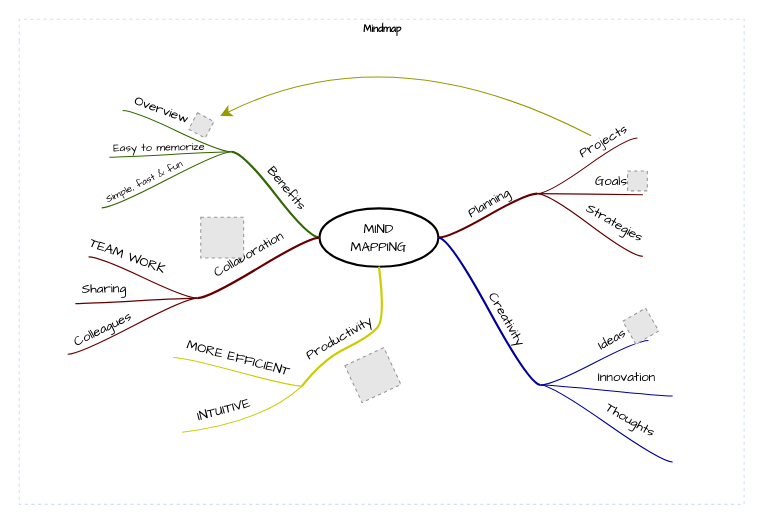
The draw.io diagram philo_diagram.drawio in dotacow/Diagrams, before the edit. Source tidied: cells renumbered, new cells numbered last; positions are measured from the earlier drawing's top-left corner, leaving out a move shared by most shapes. Both pictures are drawn from the tidied source at 110%, with x=0, y=0 at pixel (19, 19). Pictures stored in the file or linked from it are replaced by grey dashed boxes.
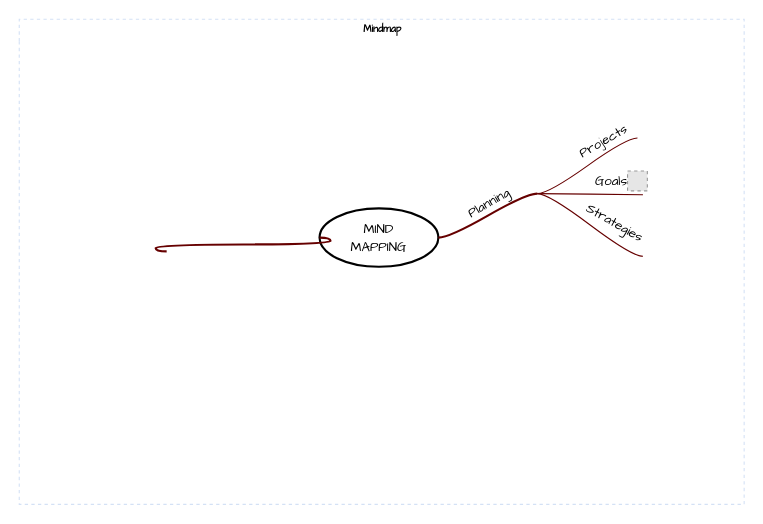
Above is the later version.

The change refers to these unchanged cells:
```xml
<mxCell id="2" value="Mindmap" style="swimlane;html=1;startSize=20;horizontal=1;containerType=tree;labelBackgroundColor=none;strokeColor=#D4E1F5;strokeWidth=1;fillColor=none;fontFamily=Comic Sans MS;fontSize=9;swimlaneLine=0;dashed=1;" parent="1" vertex="1">
  <mxGeometry width="659" height="441" as="geometry" />
</mxCell>
<mxCell id="3" value="&lt;font face=&quot;Comic Sans MS&quot;&gt;MIND&lt;br&gt;MAPPING&lt;/font&gt;" style="ellipse;whiteSpace=wrap;html=1;align=center;strokeWidth=2;" parent="2" vertex="1">
  <mxGeometry x="273" y="172" width="108" height="53" as="geometry" />
</mxCell>
<mxCell id="9" value="Projects" style="text;html=1;points=[];align=center;verticalAlign=middle;labelBackgroundColor=none;fontFamily=Comic Sans MS;rotation=-30;" parent="8" vertex="1">
  <mxGeometry x="0.26" relative="1" as="geometry">
    <mxPoint x="3" y="-14" as="offset" />
  </mxGeometry>
</mxCell>
```

Diff of the diagram source:
```diff
@@
-    <mxCell id="16" style="whiteSpace=wrap;html=1;rounded=1;arcSize=50;align=center;verticalAlign=middle;strokeWidth=1;spacing=4;" parent="2" vertex="1">
-      <mxGeometry x="474" y="332" height="1" as="geometry" />
-    </mxCell>
-    <mxCell id="17" style="edgeStyle=entityRelationEdgeStyle;startArrow=none;endArrow=none;segment=10;curved=1;strokeWidth=2;strokeColor=#000099;rounded=0;fontSize=12;startSize=8;endSize=8;" parent="2" edge="1" source="3" target="16">
-      <mxGeometry relative="1" as="geometry" />
-    </mxCell>
-    <mxCell id="18" value="Creativity" style="text;html=1;align=center;verticalAlign=middle;labelBackgroundColor=none;rotation=60;fontFamily=Comic Sans MS;" parent="17" vertex="1">
-      <mxGeometry x="0.02" y="2" relative="1" as="geometry">
-        <mxPoint x="13" y="6" as="offset" />
-      </mxGeometry>
-    </mxCell>
-    <mxCell id="19" style="whiteSpace=wrap;html=1;rounded=1;arcSize=50;align=center;verticalAlign=middle;strokeWidth=1;spacing=4;" parent="2" vertex="1">
-      <mxGeometry x="572" y="292" width="5" as="geometry" />
-    </mxCell>
-    <mxCell id="20" style="edgeStyle=entityRelationEdgeStyle;startArrow=none;endArrow=none;segment=10;curved=1;strokeColor=#000099;rounded=0;fontSize=12;startSize=8;endSize=8;" parent="2" edge="1" source="16" target="19">
-      <mxGeometry relative="1" as="geometry" />
-    </mxCell>
-    <mxCell id="21" value="Ideas" style="text;html=1;align=center;verticalAlign=middle;labelBackgroundColor=none;fontFamily=Comic Sans MS;rotation=-30;" parent="20" vertex="1">
-      <mxGeometry x="0.26" relative="1" as="geometry">
-        <mxPoint x="3" y="-14" as="offset" />
-      </mxGeometry>
-    </mxCell>
-    <mxCell id="22" style="whiteSpace=wrap;html=1;rounded=1;arcSize=50;align=center;verticalAlign=middle;strokeWidth=1;spacing=4;" parent="2" vertex="1">
-      <mxGeometry x="594" y="342" height="1" as="geometry" />
-    </mxCell>
-    <mxCell id="23" style="edgeStyle=entityRelationEdgeStyle;startArrow=none;endArrow=none;segment=10;curved=1;strokeColor=#000099;rounded=0;fontSize=12;startSize=8;endSize=8;" parent="2" edge="1" source="16" target="22">
-      <mxGeometry relative="1" as="geometry" />
-    </mxCell>
-    <mxCell id="24" value="Innovation" style="text;html=1;align=center;verticalAlign=middle;labelBackgroundColor=none;fontFamily=Comic Sans MS;rotation=0;" parent="23" vertex="1">
-      <mxGeometry x="-0.11" y="-1" relative="1" as="geometry">
-        <mxPoint x="24" y="-12" as="offset" />
-      </mxGeometry>
-    </mxCell>
-    <mxCell id="25" style="whiteSpace=wrap;html=1;rounded=1;arcSize=50;align=center;verticalAlign=middle;strokeWidth=1;spacing=4;" parent="2" vertex="1">
-      <mxGeometry x="594" y="402" height="1" as="geometry" />
-    </mxCell>
-    <mxCell id="26" style="edgeStyle=entityRelationEdgeStyle;startArrow=none;endArrow=none;segment=10;curved=1;strokeColor=#000099;rounded=0;fontSize=12;startSize=8;endSize=8;" parent="2" edge="1" source="16" target="25">
-      <mxGeometry relative="1" as="geometry" />
-    </mxCell>
-    <mxCell id="27" value="Thoughts" style="text;html=1;align=center;verticalAlign=middle;labelBackgroundColor=none;fontFamily=Comic Sans MS;rotation=30;" parent="26" vertex="1">
-      <mxGeometry x="-0.11" y="-1" relative="1" as="geometry">
-        <mxPoint x="28" y="1" as="offset" />
-      </mxGeometry>
-    </mxCell>
-    <mxCell id="28" style="fillColor=#E6E6E6;strokeColor=#999999;dashed=1;html=1;verticalAlign=top;verticalLabelPosition=bottom;labelBackgroundColor=#ffffff;fontFamily=Comic Sans MS;rotation=-30;" parent="2" vertex="1">
-      <mxGeometry x="553" y="267" width="24" height="24" as="geometry" />
-    </mxCell>
-    <mxCell id="29" style="edgeStyle=entityRelationEdgeStyle;jumpStyle=arc;html=1;endArrow=classicThin;endFill=1;jettySize=auto;strokeColor=none;strokeWidth=2;fontFamily=Comic Sans MS;rounded=0;fontSize=12;startSize=8;endSize=8;curved=1;" parent="2" edge="1" source="19" target="28">
-      <mxGeometry relative="1" as="geometry" />
-    </mxCell>
@@
-    <mxCell id="32" style="whiteSpace=wrap;html=1;rounded=1;arcSize=50;align=center;verticalAlign=middle;strokeWidth=1;spacing=4;" parent="2" vertex="1">
-      <mxGeometry x="193" y="120" height="1" as="geometry" />
-    </mxCell>
-    <mxCell id="33" style="edgeStyle=entityRelationEdgeStyle;startArrow=none;endArrow=none;segment=10;curved=1;strokeWidth=2;strokeColor=#336600;rounded=0;fontSize=12;startSize=8;endSize=8;" parent="2" edge="1" source="3" target="32">
-      <mxGeometry relative="1" as="geometry" />
-    </mxCell>
-    <mxCell id="34" value="Benefits" style="text;html=1;align=center;verticalAlign=middle;labelBackgroundColor=none;rotation=50;fontFamily=Comic Sans MS;" parent="33" vertex="1">
-      <mxGeometry x="0.02" y="2" relative="1" as="geometry">
-        <mxPoint x="12" y="-7" as="offset" />
-      </mxGeometry>
-    </mxCell>
-    <mxCell id="35" style="whiteSpace=wrap;html=1;rounded=1;arcSize=50;align=center;verticalAlign=middle;strokeWidth=1;spacing=4;" parent="2" vertex="1">
-      <mxGeometry x="75" y="171" height="1" as="geometry" />
-    </mxCell>
-    <mxCell id="36" style="edgeStyle=entityRelationEdgeStyle;startArrow=none;endArrow=none;segment=10;curved=1;strokeColor=#336600;rounded=0;fontSize=12;startSize=8;endSize=8;" parent="2" edge="1" source="32" target="35">
-      <mxGeometry relative="1" as="geometry" />
-    </mxCell>
-    <mxCell id="37" value="Simple, fast &amp;amp; fun" style="text;html=1;align=center;verticalAlign=middle;labelBackgroundColor=none;fontFamily=Comic Sans MS;rotation=-26;fontSize=9;" parent="36" vertex="1">
-      <mxGeometry x="-0.11" y="-1" relative="1" as="geometry">
-        <mxPoint x="-27" y="7" as="offset" />
-      </mxGeometry>
-    </mxCell>
-    <mxCell id="38" style="whiteSpace=wrap;html=1;rounded=1;arcSize=50;align=center;verticalAlign=middle;strokeWidth=1;spacing=4;" parent="2" vertex="1">
-      <mxGeometry x="82" y="125" height="1" as="geometry" />
-    </mxCell>
-    <mxCell id="39" style="edgeStyle=entityRelationEdgeStyle;startArrow=none;endArrow=none;segment=10;curved=1;strokeColor=#336600;rounded=0;fontSize=12;startSize=8;endSize=8;" parent="2" edge="1" source="32" target="38">
-      <mxGeometry relative="1" as="geometry" />
-    </mxCell>
-    <mxCell id="40" value="Easy to memorize" style="text;html=1;align=center;verticalAlign=middle;labelBackgroundColor=none;fontFamily=Comic Sans MS;rotation=-1;fontSize=10;" parent="39" vertex="1">
-      <mxGeometry x="-0.11" y="-1" relative="1" as="geometry">
-        <mxPoint x="-18" y="-6" as="offset" />
-      </mxGeometry>
-    </mxCell>
-    <mxCell id="41" style="whiteSpace=wrap;html=1;rounded=1;arcSize=50;align=center;verticalAlign=middle;strokeWidth=1;spacing=4;" parent="2" vertex="1" collapsed="1">
-      <mxGeometry x="89" y="83" width="5" as="geometry" />
-    </mxCell>
-    <mxCell id="42" style="edgeStyle=entityRelationEdgeStyle;startArrow=none;endArrow=none;segment=10;curved=1;strokeColor=#336600;rounded=0;fontSize=12;startSize=8;endSize=8;" parent="2" edge="1" source="32" target="41">
-      <mxGeometry relative="1" as="geometry" />
-    </mxCell>
-    <mxCell id="43" value="Overview" style="text;html=1;align=center;verticalAlign=middle;labelBackgroundColor=none;fontFamily=Comic Sans MS;rotation=20;" parent="42" vertex="1">
-      <mxGeometry x="0.26" relative="1" as="geometry">
-        <mxPoint x="-2" y="-13" as="offset" />
-      </mxGeometry>
-    </mxCell>
-    <mxCell id="44" style="fillColor=#E6E6E6;strokeColor=#999999;dashed=1;html=1;verticalAlign=top;verticalLabelPosition=bottom;labelBackgroundColor=#ffffff;fontFamily=Comic Sans MS;fontSize=10;rotation=28;" parent="2" vertex="1">
-      <mxGeometry x="157" y="88" width="17" height="17" as="geometry" />
-    </mxCell>
-    <mxCell id="45" style="endArrow=classic;html=1;curved=1;sourcePerimeterSpacing=10;strokeColor=#999900;targetPerimeterSpacing=7;rounded=0;fontSize=12;startSize=8;endSize=8;" parent="2" edge="1" source="9" target="44">
-      <mxGeometry relative="1" as="geometry">
-        <Array as="points">
-          <mxPoint x="338" y="11" />
-        </Array>
-      </mxGeometry>
-    </mxCell>
-    <mxCell id="46" style="jumpStyle=arc;html=1;endArrow=classicThin;endFill=1;jettySize=auto;strokeColor=none;strokeWidth=2;fontFamily=Comic Sans MS;fontSize=10;rounded=0;startSize=8;endSize=8;curved=1;" parent="2" edge="1" source="32" target="44">
-      <mxGeometry relative="1" as="geometry" />
-    </mxCell>
-    <mxCell id="47" style="whiteSpace=wrap;html=1;rounded=1;arcSize=50;align=center;verticalAlign=middle;strokeWidth=1;spacing=4;" parent="2" vertex="1">
-      <mxGeometry x="162" y="253" height="1" as="geometry" />
-    </mxCell>
-    <mxCell id="48" style="edgeStyle=entityRelationEdgeStyle;startArrow=none;endArrow=none;segment=10;curved=1;strokeWidth=2;strokeColor=#660000;rounded=0;fontSize=12;startSize=8;endSize=8;" parent="2" edge="1" source="3" target="47">
-      <mxGeometry relative="1" as="geometry" />
+    <mxCell id="48" style="edgeStyle=entityRelationEdgeStyle;startArrow=none;endArrow=none;segment=10;curved=1;strokeWidth=2;strokeColor=#660000;rounded=0;fontSize=12;startSize=8;endSize=8;exitX=0;exitY=0.5;exitDx=0;exitDy=0;" parent="2" edge="1" source="3">
+      <mxGeometry relative="1" as="geometry">
+        <mxPoint x="134" y="211" as="targetPoint" />
+        <Array as="points">
+          <mxPoint x="162" y="191" />
+        </Array>
+      </mxGeometry>
     </mxCell>
-    <mxCell id="49" value="Collaboration" style="text;html=1;align=center;verticalAlign=middle;labelBackgroundColor=none;rotation=-30;fontFamily=Comic Sans MS;" parent="48" vertex="1">
-      <mxGeometry x="0.02" y="2" relative="1" as="geometry">
-        <mxPoint x="-10" y="-13" as="offset" />
-      </mxGeometry>
-    </mxCell>
-    <mxCell id="50" style="whiteSpace=wrap;html=1;rounded=1;arcSize=50;align=center;verticalAlign=middle;strokeWidth=1;spacing=4;" parent="2" vertex="1">
-      <mxGeometry x="44" y="304" height="1" as="geometry" />
-    </mxCell>
-    <mxCell id="51" style="edgeStyle=entityRelationEdgeStyle;startArrow=none;endArrow=none;segment=10;curved=1;strokeColor=#660000;rounded=0;fontSize=12;startSize=8;endSize=8;" parent="2" edge="1" source="47" target="50">
-      <mxGeometry relative="1" as="geometry" />
-    </mxCell>
-    <mxCell id="52" value="Colleagues" style="text;html=1;align=center;verticalAlign=middle;labelBackgroundColor=none;fontFamily=Comic Sans MS;rotation=-26;fontSize=12;" parent="51" vertex="1">
-      <mxGeometry x="-0.11" y="-1" relative="1" as="geometry">
-        <mxPoint x="-34" y="8" as="offset" />
-      </mxGeometry>
-    </mxCell>
-    <mxCell id="53" style="whiteSpace=wrap;html=1;rounded=1;arcSize=50;align=center;verticalAlign=middle;strokeWidth=1;spacing=4;" parent="2" vertex="1">
-      <mxGeometry x="51" y="258" height="1" as="geometry" />
-    </mxCell>
-    <mxCell id="54" style="edgeStyle=entityRelationEdgeStyle;startArrow=none;endArrow=none;segment=10;curved=1;strokeColor=#660000;rounded=0;fontSize=12;startSize=8;endSize=8;" parent="2" edge="1" source="47" target="53">
-      <mxGeometry relative="1" as="geometry" />
-    </mxCell>
-    <mxCell id="55" value="Sharing" style="text;html=1;align=center;verticalAlign=middle;labelBackgroundColor=none;fontFamily=Comic Sans MS;rotation=-1;fontSize=12;" parent="54" vertex="1">
-      <mxGeometry x="-0.11" y="-1" relative="1" as="geometry">
-        <mxPoint x="-37" y="-9" as="offset" />
-      </mxGeometry>
-    </mxCell>
-    <mxCell id="56" style="whiteSpace=wrap;html=1;rounded=1;arcSize=50;align=center;verticalAlign=middle;strokeWidth=1;spacing=4;" parent="2" vertex="1" collapsed="1">
-      <mxGeometry x="58" y="216" width="5" as="geometry" />
-    </mxCell>
-    <mxCell id="57" style="edgeStyle=entityRelationEdgeStyle;startArrow=none;endArrow=none;segment=10;curved=1;strokeColor=#660000;rounded=0;fontSize=12;startSize=8;endSize=8;" parent="2" edge="1" source="47" target="56">
-      <mxGeometry relative="1" as="geometry" />
-    </mxCell>
-    <mxCell id="58" value="TEAM WORK" style="text;html=1;align=center;verticalAlign=middle;labelBackgroundColor=none;fontFamily=Comic Sans MS;rotation=20;" parent="57" vertex="1">
-      <mxGeometry x="0.26" relative="1" as="geometry">
-        <mxPoint x="-2" y="-13" as="offset" />
-      </mxGeometry>
-    </mxCell>
-    <mxCell id="59" style="fillColor=#E6E6E6;strokeColor=#999999;dashed=1;html=1;verticalAlign=top;verticalLabelPosition=bottom;labelBackgroundColor=#ffffff;fontFamily=Comic Sans MS;fontSize=12;fontColor=#000000;align=center;" parent="2" vertex="1">
-      <mxGeometry x="165" y="180" width="39" height="37" as="geometry" />
-    </mxCell>
-    <mxCell id="60" style="edgeStyle=none;jumpStyle=arc;html=1;entryX=0.5;entryY=1;entryPerimeter=0;endArrow=classicThin;endFill=1;jettySize=auto;strokeColor=none;strokeWidth=2;fontFamily=Comic Sans MS;fontSize=12;rounded=0;startSize=8;endSize=8;curved=1;" parent="2" edge="1" source="47" target="59">
-      <mxGeometry relative="1" as="geometry" />
-    </mxCell>
-    <mxCell id="61" style="whiteSpace=wrap;html=1;rounded=1;arcSize=50;align=center;verticalAlign=middle;strokeWidth=1;spacing=4;" parent="2" vertex="1">
-      <mxGeometry x="257" y="333" height="1" as="geometry" />
-    </mxCell>
-    <mxCell id="62" style="startArrow=none;endArrow=none;segment=10;strokeWidth=2;strokeColor=#CCCC00;exitX=0.5;exitY=1;curved=1;rounded=0;fontSize=12;startSize=8;endSize=8;" parent="2" edge="1" source="3" target="61">
-      <mxGeometry relative="1" as="geometry">
-        <Array as="points">
-          <mxPoint x="333" y="272" />
-          <mxPoint x="318" y="289" />
-          <mxPoint x="276" y="309" />
-        </Array>
-      </mxGeometry>
-    </mxCell>
-    <mxCell id="63" value="Productivity" style="text;html=1;align=center;verticalAlign=middle;labelBackgroundColor=none;rotation=-30;fontFamily=Comic Sans MS;" parent="62" vertex="1">
-      <mxGeometry x="0.02" y="2" relative="1" as="geometry">
-        <mxPoint x="-24" y="-2" as="offset" />
-      </mxGeometry>
-    </mxCell>
-    <mxCell id="64" style="whiteSpace=wrap;html=1;rounded=1;arcSize=50;align=center;verticalAlign=middle;strokeWidth=1;spacing=4;" parent="2" vertex="1">
-      <mxGeometry x="148" y="375" height="1" as="geometry" />
-    </mxCell>
-    <mxCell id="65" style="startArrow=none;endArrow=none;segment=10;strokeColor=#CCCC00;curved=1;rounded=0;fontSize=12;startSize=8;endSize=8;" parent="2" edge="1" source="61" target="64">
-      <mxGeometry relative="1" as="geometry">
-        <Array as="points">
-          <mxPoint x="222" y="366" />
-        </Array>
-      </mxGeometry>
-    </mxCell>
-    <mxCell id="66" value="INTUITIVE" style="text;html=1;align=center;verticalAlign=middle;labelBackgroundColor=none;fontFamily=Comic Sans MS;rotation=-15;fontSize=12;" parent="65" vertex="1">
-      <mxGeometry x="-0.11" y="-1" relative="1" as="geometry">
-        <mxPoint x="-30" y="-10" as="offset" />
-      </mxGeometry>
-    </mxCell>
-    <mxCell id="67" style="whiteSpace=wrap;html=1;rounded=1;arcSize=50;align=center;verticalAlign=middle;strokeWidth=1;spacing=4;" parent="2" vertex="1">
-      <mxGeometry x="140" y="307" height="1" as="geometry" />
-    </mxCell>
-    <mxCell id="68" style="edgeStyle=entityRelationEdgeStyle;startArrow=none;endArrow=none;segment=10;curved=1;strokeColor=#CCCC00;rounded=0;fontSize=12;startSize=8;endSize=8;" parent="2" edge="1" source="61" target="67">
-      <mxGeometry relative="1" as="geometry" />
-    </mxCell>
-    <mxCell id="69" value="MORE EFFICIENT" style="text;html=1;align=center;verticalAlign=middle;labelBackgroundColor=none;fontFamily=Comic Sans MS;rotation=15;fontSize=12;" parent="68" vertex="1">
-      <mxGeometry x="-0.11" y="-1" relative="1" as="geometry">
-        <mxPoint x="-6" y="-13" as="offset" />
-      </mxGeometry>
-    </mxCell>
-    <mxCell id="70" style="fillColor=#E6E6E6;strokeColor=#999999;dashed=1;html=1;verticalAlign=top;verticalLabelPosition=bottom;labelBackgroundColor=#ffffff;fontFamily=Comic Sans MS;fontSize=12;fontColor=#000000;align=center;rotation=-25;" parent="2" vertex="1">
-      <mxGeometry x="302" y="305" width="39" height="37" as="geometry" />
-    </mxCell>
-    <mxCell id="71" style="edgeStyle=none;jumpStyle=arc;html=1;entryX=0.5;entryY=1;entryPerimeter=0;endArrow=classicThin;endFill=1;jettySize=auto;strokeColor=none;strokeWidth=2;fontFamily=Comic Sans MS;fontSize=12;rounded=0;startSize=8;endSize=8;curved=1;" parent="2" edge="1" source="61" target="70">
-      <mxGeometry relative="1" as="geometry" />
-    </mxCell>
```
